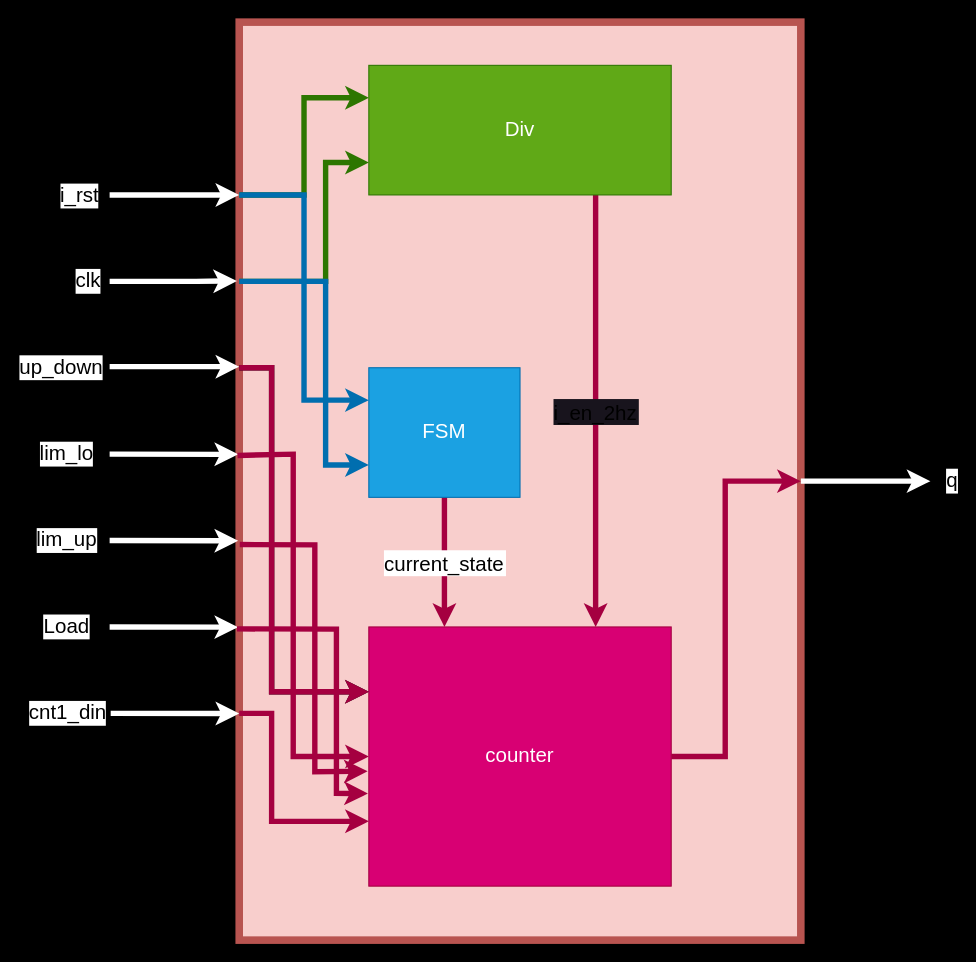
gordonpow/lab_hardware_test keeps this draw.io diagram as 2/img/架構圖.drawio. Above is the earlier version. Source tidied: cells renumbered, new cells numbered last; positions are measured from the earlier drawing's top-left corner, leaving out a move shared by most shapes. Both pictures are drawn from the tidied source at 108%, with x=0, y=0 at pixel (109, 22).
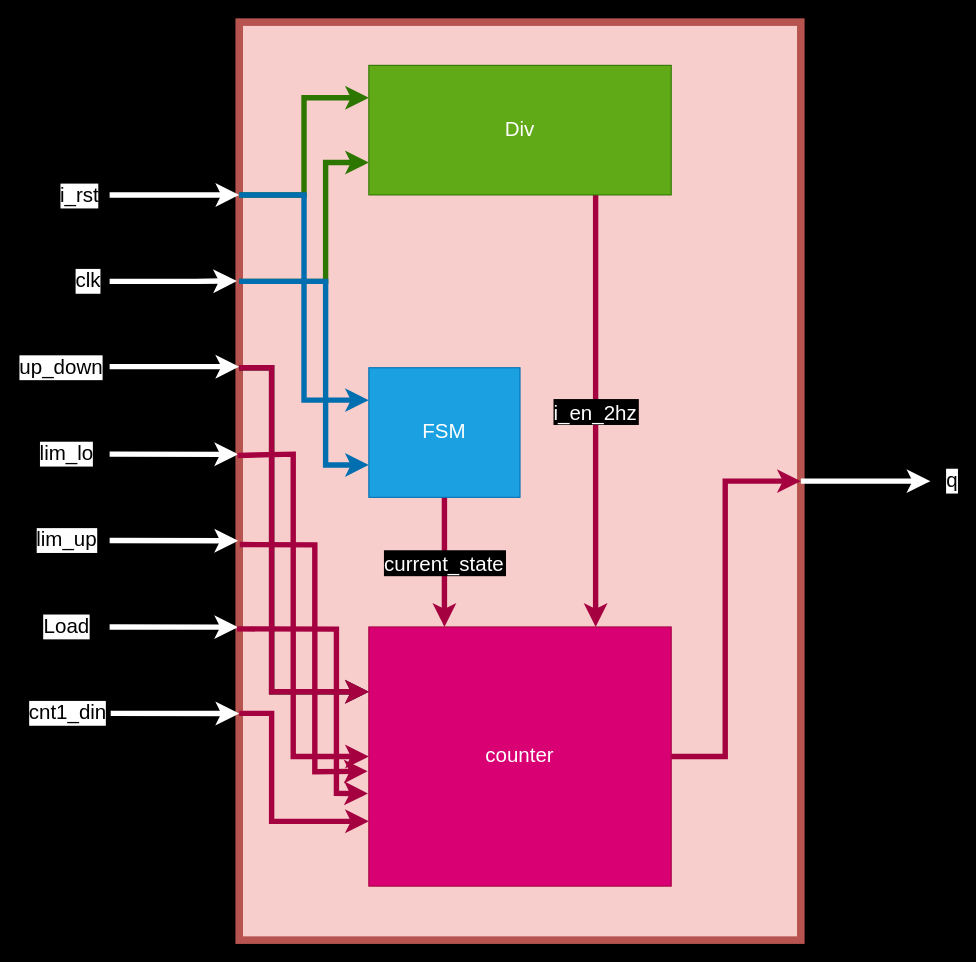
After the change.

Unchanged cells that the change refers to:
```xml
<mxCell id="15" value="&lt;font style=&quot;font-size: 19px;&quot;&gt;Div&lt;/font&gt;" style="rounded=0;whiteSpace=wrap;html=1;fillColor=#60a917;fontColor=#ffffff;strokeColor=#2D7600;" parent="1" vertex="1">
  <mxGeometry x="240" y="40" width="280" height="120" as="geometry" />
</mxCell>
<mxCell id="17" value="&lt;font style=&quot;font-size: 19px;&quot;&gt;FSM&lt;/font&gt;" style="rounded=0;whiteSpace=wrap;html=1;fillColor=#1ba1e2;fontColor=#ffffff;strokeColor=#006EAF;" parent="1" vertex="1">
  <mxGeometry x="240" y="320" width="140" height="120" as="geometry" />
</mxCell>
<mxCell id="19" value="&lt;font style=&quot;font-size: 19px;&quot;&gt;counter&lt;/font&gt;" style="rounded=0;whiteSpace=wrap;html=1;fillColor=#d80073;fontColor=#ffffff;strokeColor=#A50040;" parent="1" vertex="1">
  <mxGeometry x="240" y="560" width="280" height="240" as="geometry" />
</mxCell>
```

What changed in the source:
```diff
@@
-    <mxCell id="14" value="i_en_2hz" style="edgeStyle=none;exitX=0.75;exitY=1;exitDx=0;exitDy=0;entryX=0.75;entryY=0;entryDx=0;entryDy=0;strokeWidth=5;fontSize=19;rounded=0;fillColor=#d80073;strokeColor=#A50040;labelBackgroundColor=#18141D;" parent="1" edge="1" source="15" target="19">
+    <mxCell id="14" value="i_en_2hz" style="edgeStyle=none;exitX=0.75;exitY=1;exitDx=0;exitDy=0;entryX=0.75;entryY=0;entryDx=0;entryDy=0;strokeWidth=5;fontSize=19;rounded=0;fillColor=#d80073;strokeColor=#A50040;labelBackgroundColor=#000000;fontColor=#FFFFFF;" parent="1" edge="1" source="15" target="19">
       <mxGeometry relative="1" as="geometry" />
     </mxCell>
@@
-    <mxCell id="16" value="current_state" style="edgeStyle=none;exitX=0.5;exitY=1;exitDx=0;exitDy=0;entryX=0.25;entryY=0;entryDx=0;entryDy=0;strokeWidth=5;fontSize=19;rounded=0;fillColor=#d80073;strokeColor=#A50040;" parent="1" edge="1" source="17" target="19">
+    <mxCell id="16" value="current_state" style="edgeStyle=none;exitX=0.5;exitY=1;exitDx=0;exitDy=0;entryX=0.25;entryY=0;entryDx=0;entryDy=0;strokeWidth=5;fontSize=19;rounded=0;fillColor=#d80073;strokeColor=#A50040;fontColor=#FFFFFF;labelBackgroundColor=#000000;" parent="1" edge="1" source="17" target="19">
       <mxGeometry relative="1" as="geometry" />
     </mxCell>
```
